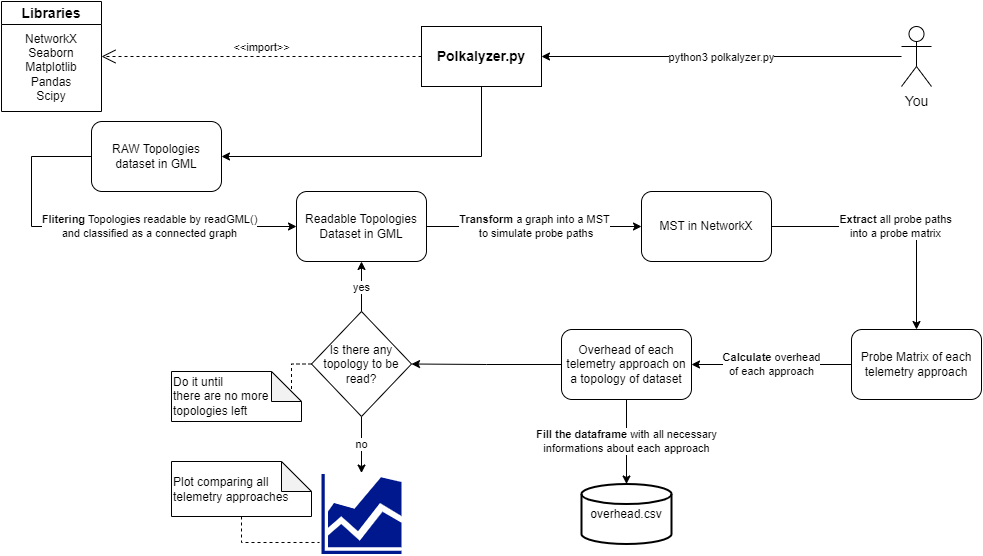
Earlier version of the draw.io export scalability/imgs/PolkalyzerBehavior.png (nerds-ufes/Polkalyzer). Source tidied: cells renumbered, new cells last; positions are measured from the earlier drawing's top-left corner, leaving out a move shared by most shapes.
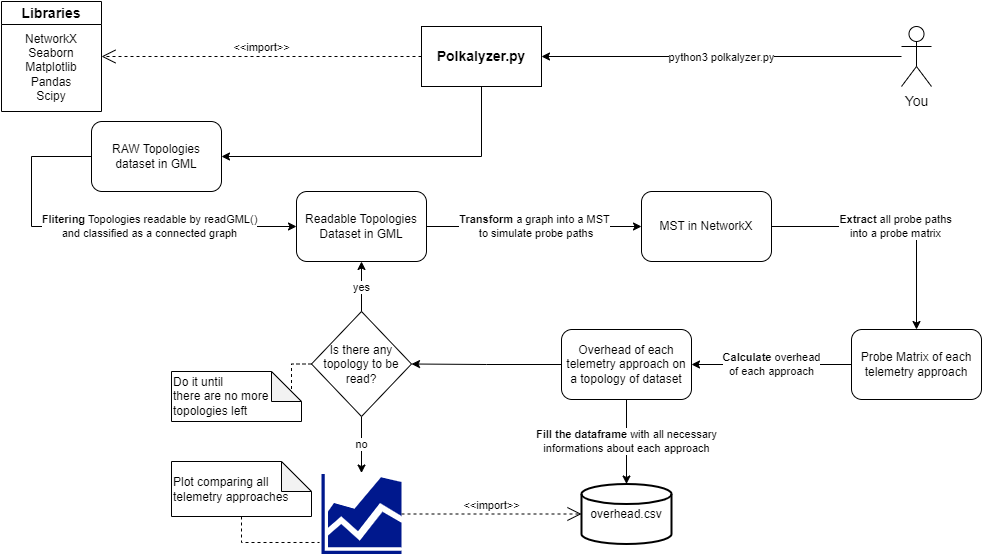
Later version of the same file.

Commit message:
added arrow import from plot to dataframe

What changed in the source:
```diff
@@ -94,5 +94,8 @@
         </Array>
       </mxGeometry>
     </mxCell>
+    <mxCell id="29" value="&amp;lt;&amp;lt;import&amp;gt;&amp;gt;" style="edgeStyle=none;html=1;endArrow=open;endSize=12;dashed=1;verticalAlign=bottom;rounded=0;entryX=0;entryY=0.5;entryDx=0;entryDy=0;exitX=1;exitY=0.5;exitDx=0;exitDy=0;exitPerimeter=0;entryPerimeter=0;" parent="1" edge="1" source="17" target="16">
+      <mxGeometry relative="1" as="geometry" />
+    </mxCell>
   </root>
 </mxGraphModel>
```
